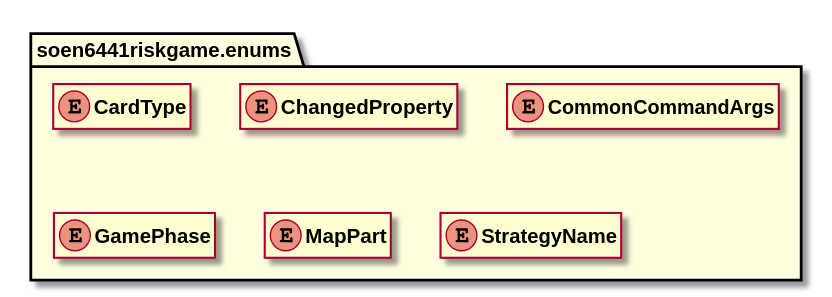
Earlier version of the PlantUML export docs/javadocs/soen6441riskgame/enums/package-summary.svg (huntertran/soen6441-riskgame).
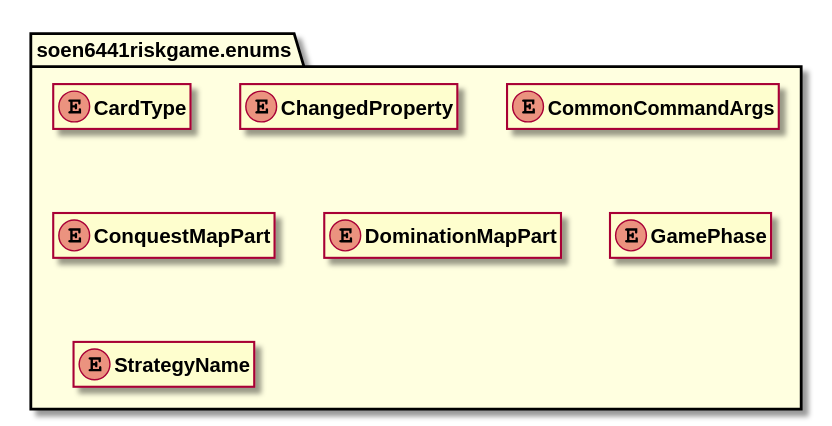
After the commit.

The edit, as a diff of the source:
```diff
@@ -23,17 +23,23 @@
 hide soen6441riskgame.enums.CommonCommandArgs fields
 hide soen6441riskgame.enums.CommonCommandArgs methods
 
+enum "<b><size:14>ConquestMapPart</b>" as soen6441riskgame.enums.ConquestMapPart  [[../../soen6441riskgame/enums/ConquestMapPart.html{soen6441riskgame.enums.ConquestMapPart}]] {
+}
+
+hide soen6441riskgame.enums.ConquestMapPart fields
+hide soen6441riskgame.enums.ConquestMapPart methods
+
+enum "<b><size:14>DominationMapPart</b>" as soen6441riskgame.enums.DominationMapPart  [[../../soen6441riskgame/enums/DominationMapPart.html{soen6441riskgame.enums.DominationMapPart}]] {
+}
+
+hide soen6441riskgame.enums.DominationMapPart fields
+hide soen6441riskgame.enums.DominationMapPart methods
+
 enum "<b><size:14>GamePhase</b>" as soen6441riskgame.enums.GamePhase  [[../../soen6441riskgame/enums/GamePhase.html{soen6441riskgame.enums.GamePhase}]] {
 }
 
 hide soen6441riskgame.enums.GamePhase fields
 hide soen6441riskgame.enums.GamePhase methods
-
-enum "<b><size:14>MapPart</b>" as soen6441riskgame.enums.MapPart  [[../../soen6441riskgame/enums/MapPart.html{soen6441riskgame.enums.MapPart}]] {
-}
-
-hide soen6441riskgame.enums.MapPart fields
-hide soen6441riskgame.enums.MapPart methods
 
 enum "<b><size:14>StrategyName</b>" as soen6441riskgame.enums.StrategyName  [[../../soen6441riskgame/enums/StrategyName.html{soen6441riskgame.enums.StrategyName}]] {
 }
```
